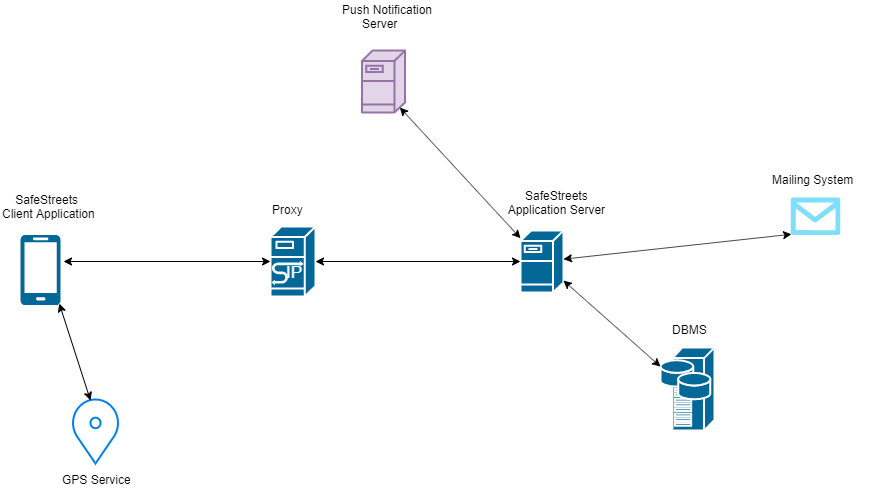
Earlier version of the draw.io export DD/img/Overview.png (dariomiceli3/SafeStreet). Source tidied: cells renumbered, new cells last; positions are measured from the earlier drawing's top-left corner, leaving out a move shared by most shapes. Its diagram source:
```xml
<mxGraphModel>
  <root>
    <mxCell id="0" />
    <mxCell id="1" parent="0" />
    <mxCell id="2" style="shape=mxgraph.cisco.servers.fileserver;html=1;dashed=0;fillColor=#036897;strokeColor=#ffffff;strokeWidth=2;verticalLabelPosition=bottom;verticalAlign=top;align=center;outlineConnect=0;" parent="1" vertex="1">
      <mxGeometry x="520" y="230" width="43" height="62" as="geometry" />
    </mxCell>
    <mxCell id="3" style="shape=mxgraph.cisco.servers.sip_proxy_server;html=1;dashed=0;fillColor=#036897;strokeColor=#ffffff;strokeWidth=2;verticalLabelPosition=bottom;verticalAlign=top;align=center;outlineConnect=0;" parent="1" vertex="1">
      <mxGeometry x="270" y="226" width="45" height="70" as="geometry" />
    </mxCell>
    <mxCell id="4" style="shape=mxgraph.cisco.servers.storage_server;html=1;dashed=0;fillColor=#036897;strokeColor=#ffffff;strokeWidth=2;verticalLabelPosition=bottom;verticalAlign=top;align=center;outlineConnect=0;" parent="1" vertex="1">
      <mxGeometry x="660" y="347" width="54" height="83" as="geometry" />
    </mxCell>
    <mxCell id="5" style="shape=mxgraph.cisco.servers.fileserver;html=1;dashed=0;fillColor=#e1d5e7;strokeColor=#9673a6;strokeWidth=2;verticalLabelPosition=bottom;verticalAlign=top;align=center;outlineConnect=0;" parent="1" vertex="1">
      <mxGeometry x="361.5" y="50" width="43" height="62" as="geometry" />
    </mxCell>
    <mxCell id="6" style="verticalLabelPosition=bottom;html=1;verticalAlign=top;align=center;strokeColor=none;fillColor=#036897;shape=mxgraph.azure.mobile;" parent="1" vertex="1">
      <mxGeometry x="20" y="234.5" width="40" height="70" as="geometry" />
    </mxCell>
    <mxCell id="7" style="verticalLabelPosition=bottom;html=1;verticalAlign=top;align=center;strokeColor=none;fillColor=#00BEF2;shape=mxgraph.azure.message;" parent="1" vertex="1">
      <mxGeometry x="790" y="197" width="50" height="37.5" as="geometry" />
    </mxCell>
    <mxCell id="8" style="html=1;verticalLabelPosition=bottom;align=center;labelBackgroundColor=#ffffff;verticalAlign=top;strokeWidth=2;strokeColor=#0080F0;shadow=0;dashed=0;shape=mxgraph.ios7.icons.location;" parent="1" vertex="1">
      <mxGeometry x="70" y="397" width="50" height="66" as="geometry" />
    </mxCell>
    <mxCell id="9" style="endArrow=classic;startArrow=classic;html=1;entryX=0;entryY=0.5;entryDx=0;entryDy=0;entryPerimeter=0;" parent="1" edge="1" target="3">
      <mxGeometry relative="1" as="geometry">
        <mxPoint x="63" y="261" as="sourcePoint" />
      </mxGeometry>
    </mxCell>
    <mxCell id="10" style="endArrow=classic;startArrow=classic;html=1;entryX=0;entryY=0.5;entryDx=0;entryDy=0;entryPerimeter=0;" parent="1" edge="1" source="3" target="2">
      <mxGeometry relative="1" as="geometry" />
    </mxCell>
    <mxCell id="11" style="endArrow=classic;startArrow=classic;html=1;entryX=0;entryY=0.23;entryDx=0;entryDy=0;entryPerimeter=0;" parent="1" edge="1" source="2" target="4">
      <mxGeometry relative="1" as="geometry" />
    </mxCell>
    <mxCell id="12" style="endArrow=classic;startArrow=classic;html=1;entryX=0.02;entryY=0.98;entryDx=0;entryDy=0;entryPerimeter=0;" parent="1" edge="1" source="2" target="7">
      <mxGeometry relative="1" as="geometry" />
    </mxCell>
    <mxCell id="13" style="endArrow=classic;startArrow=classic;html=1;entryX=0.97;entryY=0.98;entryDx=0;entryDy=0;entryPerimeter=0;exitX=0.4;exitY=0.045;exitDx=0;exitDy=0;exitPerimeter=0;" parent="1" edge="1" source="8" target="6">
      <mxGeometry relative="1" as="geometry" />
    </mxCell>
    <mxCell id="14" value="&amp;nbsp; &amp;nbsp; SafeStreets&lt;br&gt;Client Application" style="text;html=1;align=left;verticalAlign=top;spacingTop=-4;" parent="1" vertex="1">
      <mxGeometry y="190" width="110" height="30" as="geometry" />
    </mxCell>
    <mxCell id="15" value="Proxy" style="text;html=1;align=left;verticalAlign=top;spacingTop=-4;" parent="1" vertex="1">
      <mxGeometry x="270" y="200" width="50" height="20" as="geometry" />
    </mxCell>
    <mxCell id="16" value="&amp;nbsp; &amp;nbsp; &amp;nbsp; SafeStreets&lt;br&gt;&amp;nbsp;Application Server" style="text;html=1;align=left;verticalAlign=top;spacingTop=-4;" parent="1" vertex="1">
      <mxGeometry x="503" y="186" width="120" height="30" as="geometry" />
    </mxCell>
    <mxCell id="17" value="Push Notification&lt;br&gt;&amp;nbsp; &amp;nbsp; &amp;nbsp; Server" style="text;html=1;align=left;verticalAlign=top;spacingTop=-4;" parent="1" vertex="1">
      <mxGeometry x="340" width="110" height="30" as="geometry" />
    </mxCell>
    <mxCell id="18" value="GPS Service" style="text;html=1;align=left;verticalAlign=top;spacingTop=-4;" parent="1" vertex="1">
      <mxGeometry x="60" y="470" width="80" height="20" as="geometry" />
    </mxCell>
    <mxCell id="19" value="DBMS" style="text;html=1;align=left;verticalAlign=top;spacingTop=-4;" parent="1" vertex="1">
      <mxGeometry x="670" y="320" width="50" height="20" as="geometry" />
    </mxCell>
    <mxCell id="20" value="Mailing System" style="text;html=1;align=left;verticalAlign=top;spacingTop=-4;" parent="1" vertex="1">
      <mxGeometry x="770" y="170" width="100" height="20" as="geometry" />
    </mxCell>
    <mxCell id="21" style="endArrow=classic;startArrow=classic;html=1;entryX=0.88;entryY=0.92;entryDx=0;entryDy=0;entryPerimeter=0;" parent="1" edge="1" source="2" target="5">
      <mxGeometry relative="1" as="geometry" />
    </mxCell>
  </root>
</mxGraphModel>
```
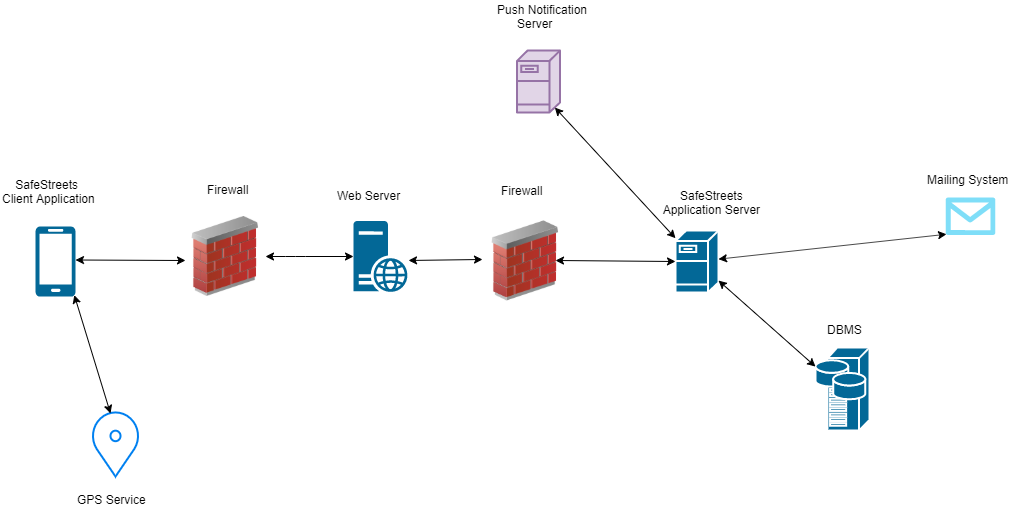
After the commit.

Commit message:
add login sequence diagram

The edit, as a diff of the source:
```diff
@@ -5,9 +5,6 @@
     <mxCell id="2" style="shape=mxgraph.cisco.servers.fileserver;html=1;dashed=0;fillColor=#036897;strokeColor=#ffffff;strokeWidth=2;verticalLabelPosition=bottom;verticalAlign=top;align=center;outlineConnect=0;" parent="1" vertex="1">
       <mxGeometry x="520" y="230" width="43" height="62" as="geometry" />
     </mxCell>
-    <mxCell id="3" style="shape=mxgraph.cisco.servers.sip_proxy_server;html=1;dashed=0;fillColor=#036897;strokeColor=#ffffff;strokeWidth=2;verticalLabelPosition=bottom;verticalAlign=top;align=center;outlineConnect=0;" parent="1" vertex="1">
-      <mxGeometry x="270" y="226" width="45" height="70" as="geometry" />
-    </mxCell>
     <mxCell id="4" style="shape=mxgraph.cisco.servers.storage_server;html=1;dashed=0;fillColor=#036897;strokeColor=#ffffff;strokeWidth=2;verticalLabelPosition=bottom;verticalAlign=top;align=center;outlineConnect=0;" parent="1" vertex="1">
       <mxGeometry x="660" y="347" width="54" height="83" as="geometry" />
     </mxCell>
@@ -15,21 +12,24 @@
       <mxGeometry x="361.5" y="50" width="43" height="62" as="geometry" />
     </mxCell>
     <mxCell id="6" style="verticalLabelPosition=bottom;html=1;verticalAlign=top;align=center;strokeColor=none;fillColor=#036897;shape=mxgraph.azure.mobile;" parent="1" vertex="1">
-      <mxGeometry x="20" y="234.5" width="40" height="70" as="geometry" />
+      <mxGeometry x="-120" y="226" width="40" height="70" as="geometry" />
     </mxCell>
     <mxCell id="7" style="verticalLabelPosition=bottom;html=1;verticalAlign=top;align=center;strokeColor=none;fillColor=#00BEF2;shape=mxgraph.azure.message;" parent="1" vertex="1">
       <mxGeometry x="790" y="197" width="50" height="37.5" as="geometry" />
     </mxCell>
     <mxCell id="8" style="html=1;verticalLabelPosition=bottom;align=center;labelBackgroundColor=#ffffff;verticalAlign=top;strokeWidth=2;strokeColor=#0080F0;shadow=0;dashed=0;shape=mxgraph.ios7.icons.location;" parent="1" vertex="1">
-      <mxGeometry x="70" y="397" width="50" height="66" as="geometry" />
+      <mxGeometry x="-65" y="410" width="50" height="66" as="geometry" />
     </mxCell>
-    <mxCell id="9" style="endArrow=classic;startArrow=classic;html=1;entryX=0;entryY=0.5;entryDx=0;entryDy=0;entryPerimeter=0;" parent="1" edge="1" target="3">
+    <mxCell id="9" style="endArrow=classic;startArrow=classic;html=1;" parent="1" edge="1">
       <mxGeometry relative="1" as="geometry">
-        <mxPoint x="63" y="261" as="sourcePoint" />
+        <mxPoint x="-80" y="259.5" as="sourcePoint" />
+        <mxPoint x="30" y="260" as="targetPoint" />
       </mxGeometry>
     </mxCell>
-    <mxCell id="10" style="endArrow=classic;startArrow=classic;html=1;entryX=0;entryY=0.5;entryDx=0;entryDy=0;entryPerimeter=0;" parent="1" edge="1" source="3" target="2">
-      <mxGeometry relative="1" as="geometry" />
+    <mxCell id="10" style="endArrow=classic;startArrow=classic;html=1;entryX=0;entryY=0.5;entryDx=0;entryDy=0;entryPerimeter=0;" parent="1" edge="1" target="2">
+      <mxGeometry relative="1" as="geometry">
+        <mxPoint x="400" y="260" as="sourcePoint" />
+      </mxGeometry>
     </mxCell>
     <mxCell id="11" style="endArrow=classic;startArrow=classic;html=1;entryX=0;entryY=0.23;entryDx=0;entryDy=0;entryPerimeter=0;" parent="1" edge="1" source="2" target="4">
       <mxGeometry relative="1" as="geometry" />
@@ -41,10 +41,10 @@
       <mxGeometry relative="1" as="geometry" />
     </mxCell>
     <mxCell id="14" value="&amp;nbsp; &amp;nbsp; SafeStreets&lt;br&gt;Client Application" style="text;html=1;align=left;verticalAlign=top;spacingTop=-4;" parent="1" vertex="1">
-      <mxGeometry y="190" width="110" height="30" as="geometry" />
+      <mxGeometry x="-155" y="175" width="110" height="30" as="geometry" />
     </mxCell>
-    <mxCell id="15" value="Proxy" style="text;html=1;align=left;verticalAlign=top;spacingTop=-4;" parent="1" vertex="1">
-      <mxGeometry x="270" y="200" width="50" height="20" as="geometry" />
+    <mxCell id="15" value="Web Server" style="text;html=1;align=left;verticalAlign=top;spacingTop=-4;" parent="1" vertex="1">
+      <mxGeometry x="180" y="186" width="80" height="20" as="geometry" />
     </mxCell>
     <mxCell id="16" value="&amp;nbsp; &amp;nbsp; &amp;nbsp; SafeStreets&lt;br&gt;&amp;nbsp;Application Server" style="text;html=1;align=left;verticalAlign=top;spacingTop=-4;" parent="1" vertex="1">
       <mxGeometry x="503" y="186" width="120" height="30" as="geometry" />
@@ -53,7 +53,7 @@
       <mxGeometry x="340" width="110" height="30" as="geometry" />
     </mxCell>
     <mxCell id="18" value="GPS Service" style="text;html=1;align=left;verticalAlign=top;spacingTop=-4;" parent="1" vertex="1">
-      <mxGeometry x="60" y="470" width="80" height="20" as="geometry" />
+      <mxGeometry x="-80" y="490" width="80" height="20" as="geometry" />
     </mxCell>
     <mxCell id="19" value="DBMS" style="text;html=1;align=left;verticalAlign=top;spacingTop=-4;" parent="1" vertex="1">
       <mxGeometry x="670" y="320" width="50" height="20" as="geometry" />
@@ -64,5 +64,32 @@
     <mxCell id="21" style="endArrow=classic;startArrow=classic;html=1;entryX=0.88;entryY=0.92;entryDx=0;entryDy=0;entryPerimeter=0;" parent="1" edge="1" source="2" target="5">
       <mxGeometry relative="1" as="geometry" />
     </mxCell>
+    <mxCell id="22" style="image;html=1;labelBackgroundColor=#ffffff;image=img/lib/clip_art/networking/Firewall_02_128x128.png;" parent="1" vertex="1">
+      <mxGeometry x="330" y="220.5" width="80" height="80" as="geometry" />
+    </mxCell>
+    <mxCell id="23" style="image;html=1;labelBackgroundColor=#ffffff;image=img/lib/clip_art/networking/Firewall_02_128x128.png;" parent="1" vertex="1">
+      <mxGeometry x="30" y="216" width="80" height="80" as="geometry" />
+    </mxCell>
+    <mxCell id="24" style="shadow=0;dashed=0;html=1;strokeColor=none;labelPosition=center;verticalLabelPosition=bottom;verticalAlign=top;align=center;fillColor=#036897;shape=mxgraph.mscae.enterprise.web_server;" parent="1" vertex="1">
+      <mxGeometry x="198" y="220.5" width="54" height="71" as="geometry" />
+    </mxCell>
+    <mxCell id="25" value="Firewall" style="text;html=1;align=left;verticalAlign=top;spacingTop=-4;" parent="1" vertex="1">
+      <mxGeometry x="50" y="180" width="60" height="20" as="geometry" />
+    </mxCell>
+    <mxCell id="26" value="Firewall" style="text;html=1;align=left;verticalAlign=top;spacingTop=-4;" parent="1" vertex="1">
+      <mxGeometry x="344" y="181" width="60" height="20" as="geometry" />
+    </mxCell>
+    <mxCell id="27" style="endArrow=classic;startArrow=classic;html=1;entryX=0;entryY=0.5;entryDx=0;entryDy=0;entryPerimeter=0;" parent="1" edge="1" source="23" target="24">
+      <mxGeometry relative="1" as="geometry">
+        <Array as="points">
+          <mxPoint x="140" y="256" />
+        </Array>
+      </mxGeometry>
+    </mxCell>
+    <mxCell id="28" style="endArrow=classic;startArrow=classic;html=1;entryX=-0.05;entryY=0.631;entryDx=0;entryDy=0;entryPerimeter=0;exitX=1.019;exitY=0.556;exitDx=0;exitDy=0;exitPerimeter=0;" parent="1" edge="1" source="24">
+      <mxGeometry relative="1" as="geometry">
+        <mxPoint x="327" y="259" as="targetPoint" />
+      </mxGeometry>
+    </mxCell>
   </root>
 </mxGraphModel>
```
